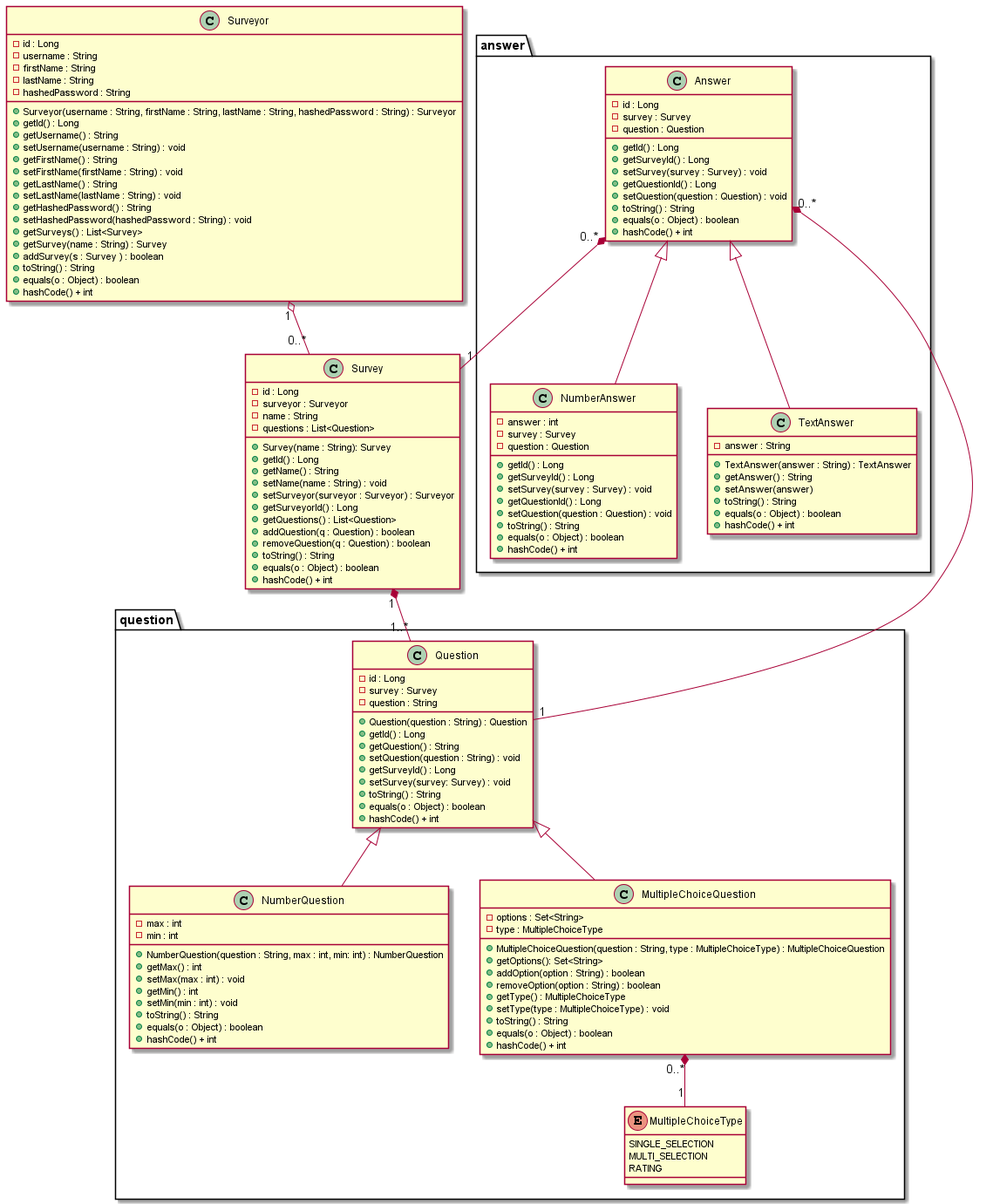
Before: docs/Models.png, a diagram exported from PlantUML (Daniel-W-Innes/SYSC4806-Project-Backend). Its diagram source:
```plantuml
@startuml

class Surveyor{
    - id : Long
    - username : String
    - firstName : String
    - lastName : String
    - hashedPassword : String
    + Surveyor(username : String, firstName : String, lastName : String, hashedPassword : String) : Surveyor
    + getId() : Long
    + getUsername() : String
    + setUsername(username : String) : void
    + getFirstName() : String
    + setFirstName(firstName : String) : void
    + getLastName() : String
    + setLastName(lastName : String) : void
    + getHashedPassword() : String
    + setHashedPassword(hashedPassword : String) : void
    + getSurveys() : List<Survey>
    + getSurvey(name : String) : Survey
    + addSurvey(s : Survey ) : boolean
    + toString() : String
    + equals(o : Object) : boolean
    + hashCode() + int
}

class Survey{
    - id : Long
    - surveyor : Surveyor
    - name : String
    - questions : List<Question>
    + Survey(name : String): Survey
    + getId() : Long
    + getName() : String
    + setName(name : String) : void
    + setSurveyor(surveyor : Surveyor) : Surveyor
    + getSurveyorId() : Long
    + getQuestions() : List<Question>
    + addQuestion(q : Question) : boolean
    + removeQuestion(q : Question) : boolean
    + toString() : String
    + equals(o : Object) : boolean
    + hashCode() + int
}

package question{
    class Question{
        - id : Long
        - survey : Survey
        - question : String
        + Question(question : String) : Question
        + getId() : Long
        + getQuestion() : String
        + setQuestion(question : String) : void
        + getSurveyId() : Long
        + setSurvey(survey: Survey) : void
        + toString() : String
        + equals(o : Object) : boolean
        + hashCode() + int
    }
    class NumberQuestion extends Question{
        - max : int
        - min : int
        + NumberQuestion(question : String, max : int, min: int) : NumberQuestion
        + getMax() : int
        + setMax(max : int) : void
        + getMin() : int
        + setMin(min : int) : void
        + toString() : String
        + equals(o : Object) : boolean
        + hashCode() + int
    }
    enum MultipleChoiceType{
        SINGLE_SELECTION
        MULTI_SELECTION
        RATING
    }
    class MultipleChoiceQuestion extends Question{
        - options : Set<String>
        - type : MultipleChoiceType
        + MultipleChoiceQuestion(question : String, type : MultipleChoiceType) : MultipleChoiceQuestion
        + getOptions(): Set<String>
        + addOption(option : String) : boolean
        + removeOption(option : String) : boolean
        + getType() : MultipleChoiceType
        + setType(type : MultipleChoiceType) : void
        + toString() : String
        + equals(o : Object) : boolean
        + hashCode() + int
    }
}
package answer{
    class Answer{
        - id : Long
        - survey : Survey
        - question : Question
        + getId() : Long
        + getSurveyId() : Long
        + setSurvey(survey : Survey) : void
        + getQuestionId() : Long
        + setQuestion(question : Question) : void
        + toString() : String
        + equals(o : Object) : boolean
        + hashCode() + int
    }
    class NumberAnswer extends Answer{
        - answer : int
        - survey : Survey
        - question : Question
        + getId() : Long
        + getSurveyId() : Long
        + setSurvey(survey : Survey) : void
        + getQuestionId() : Long
        + setQuestion(question : Question) : void
        + toString() : String
        + equals(o : Object) : boolean
        + hashCode() + int
    }
    class TextAnswer extends Answer{
        - answer : String
        + TextAnswer(answer : String) : TextAnswer
        + getAnswer() : String
        + setAnswer(answer)
        + toString() : String
        + equals(o : Object) : boolean
        + hashCode() + int
    }
}

Surveyor "1" o-- "0..*" Survey
Survey "1" *-- "1..*" Question
Answer "0..*" *-- "1" Survey
Answer "0..*" *-- "1" Question
MultipleChoiceQuestion "0..*" *-- "1" MultipleChoiceType


@enduml
```
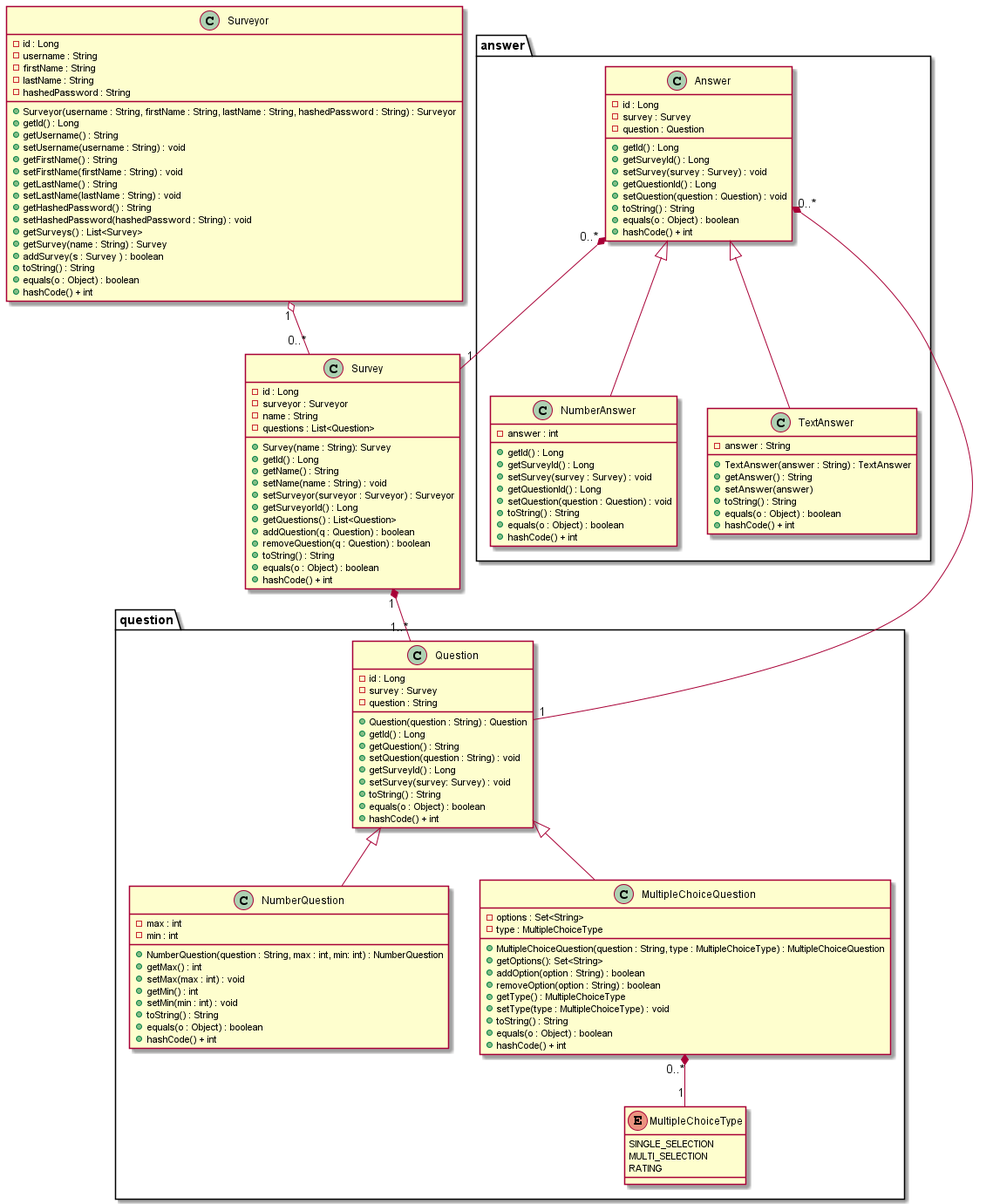
After the commit.

The edit, as a diff of the source:
```diff
@@ -105,8 +105,6 @@
     }
     class NumberAnswer extends Answer{
         - answer : int
-        - survey : Survey
-        - question : Question
         + getId() : Long
         + getSurveyId() : Long
         + setSurvey(survey : Survey) : void
```
